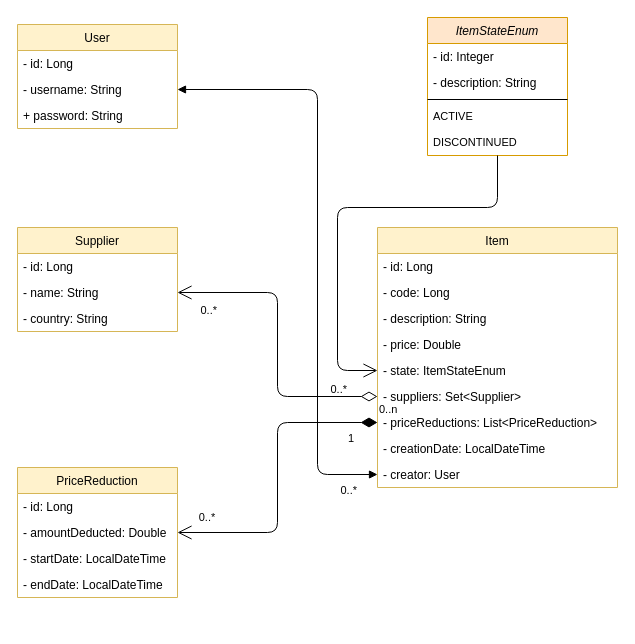
Zeida/example-business-java-api keeps this draw.io diagram as docs/uml_diagram_drawio.drawio. Above is the earlier version. Source tidied: cells renumbered, new cells numbered last; positions are measured from the earlier drawing's top-left corner, leaving out a move shared by most shapes. Both pictures are drawn from the tidied source at 100%, with x=0, y=0 at pixel (17, 17).
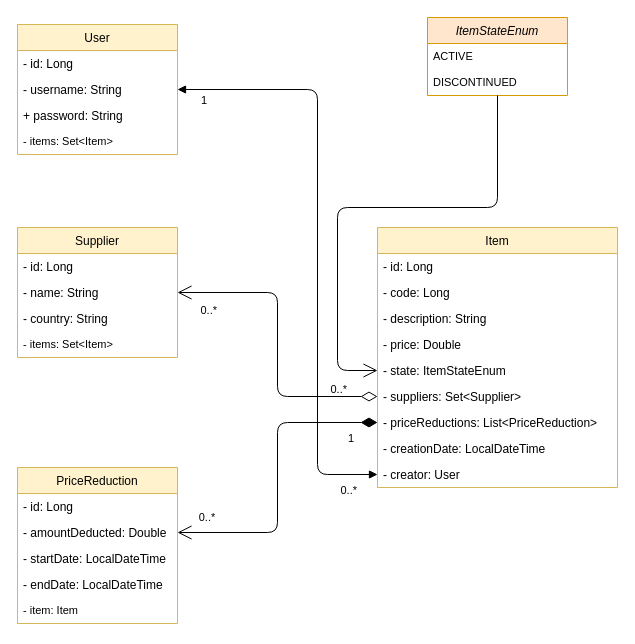
Above is the later version.

Commit message (it also covers changes not shown here):
Initial model done. Updated UML diagram due to some changes in the original idea.

The change refers to these unchanged cells:
```xml
<mxCell id="33" style="endArrow=open;html=1;endSize=12;startArrow=diamondThin;startSize=14;startFill=0;edgeStyle=orthogonalEdgeStyle;entryX=1;entryY=0.5;entryDx=0;entryDy=0;exitX=0;exitY=0.5;exitDx=0;exitDy=0;" parent="1" edge="1" source="8" target="20">
  <mxGeometry relative="1" as="geometry" />
</mxCell>
```

The edit, as a diff of the source:
```diff
@@
     <mxCell id="12" value="ItemStateEnum" style="swimlane;fontStyle=2;horizontal=1;startSize=26;fillColor=#ffe6cc;strokeColor=#d79b00;" parent="1" vertex="1">
-      <mxGeometry x="410" width="140" height="138" as="geometry" />
+      <mxGeometry x="410" width="140" height="78" as="geometry" />
     </mxCell>
-    <mxCell id="13" value="- id: Integer" style="text;strokeColor=none;fillColor=none;align=left;verticalAlign=top;spacingLeft=4;spacingRight=4;overflow=hidden;" parent="12" vertex="1">
-      <mxGeometry y="26" width="140" height="26" as="geometry" />
-    </mxCell>
-    <mxCell id="14" value="- description: String" style="text;strokeColor=none;fillColor=none;align=left;verticalAlign=top;spacingLeft=4;spacingRight=4;overflow=hidden;" parent="12" vertex="1">
-      <mxGeometry y="52" width="140" height="26" as="geometry" />
-    </mxCell>
-    <mxCell id="15" style="line;strokeWidth=1;fillColor=none;align=left;verticalAlign=middle;spacingTop=-1;spacingLeft=3;spacingRight=3;labelPosition=right;fontSize=11;" parent="12" vertex="1">
-      <mxGeometry y="78" width="140" height="8" as="geometry" />
-    </mxCell>
     <mxCell id="16" value="ACTIVE" style="text;strokeColor=none;fillColor=none;align=left;verticalAlign=top;spacingLeft=4;spacingRight=4;overflow=hidden;fontSize=11;" parent="12" vertex="1">
-      <mxGeometry y="86" width="140" height="26" as="geometry" />
+      <mxGeometry y="26" width="140" height="26" as="geometry" />
     </mxCell>
     <mxCell id="17" value="DISCONTINUED" style="text;strokeColor=none;fillColor=none;align=left;verticalAlign=top;spacingLeft=4;spacingRight=4;overflow=hidden;fontSize=11;" parent="12" vertex="1">
-      <mxGeometry y="112" width="140" height="26" as="geometry" />
+      <mxGeometry y="52" width="140" height="26" as="geometry" />
     </mxCell>
     <mxCell id="18" value="Supplier" style="swimlane;fontStyle=0;horizontal=1;startSize=26;fillColor=#fff2cc;strokeColor=#d6b656;" parent="1" vertex="1">
-      <mxGeometry y="210" width="160" height="104" as="geometry" />
+      <mxGeometry y="210" width="160" height="130" as="geometry" />
     </mxCell>
@@
+    <mxCell id="40" value="- items: Set&lt;Item&gt;" style="text;strokeColor=none;fillColor=none;align=left;verticalAlign=top;spacingLeft=4;spacingRight=4;overflow=hidden;fontSize=11;" parent="18" vertex="1">
+      <mxGeometry y="104" width="160" height="26" as="geometry" />
+    </mxCell>
     <mxCell id="22" value="PriceReduction" style="swimlane;fontStyle=0;horizontal=1;startSize=26;fillColor=#fff2cc;strokeColor=#d6b656;" parent="1" vertex="1">
-      <mxGeometry y="450" width="160" height="130" as="geometry" />
+      <mxGeometry y="450" width="160" height="156" as="geometry" />
     </mxCell>
@@
+    <mxCell id="41" value="- item: Item" style="text;strokeColor=none;fillColor=none;align=left;verticalAlign=top;spacingLeft=4;spacingRight=4;overflow=hidden;fontSize=11;" parent="22" vertex="1">
+      <mxGeometry y="130" width="160" height="26" as="geometry" />
+    </mxCell>
     <mxCell id="27" value="User" style="swimlane;fontStyle=0;horizontal=1;startSize=26;fillColor=#fff2cc;strokeColor=#d6b656;" parent="1" vertex="1">
-      <mxGeometry y="7" width="160" height="104" as="geometry" />
+      <mxGeometry y="7" width="160" height="130" as="geometry" />
     </mxCell>
@@
+    <mxCell id="42" value="- items: Set&lt;Item&gt;" style="text;strokeColor=none;fillColor=none;align=left;verticalAlign=top;spacingLeft=4;spacingRight=4;overflow=hidden;fontSize=11;" parent="27" vertex="1">
+      <mxGeometry y="104" width="160" height="26" as="geometry" />
+    </mxCell>
@@
-    <mxCell id="34" value="0..n" style="edgeLabel;html=1;align=left;verticalAlign=top;" parent="33" vertex="1">
-      <mxGeometry x="-1" relative="1" as="geometry" />
-    </mxCell>
@@
+    <mxCell id="43" value="1" style="edgeLabel;html=1;align=right;verticalAlign=top;" parent="1" vertex="1">
+      <mxGeometry x="190" y="70" as="geometry" />
+    </mxCell>
```
